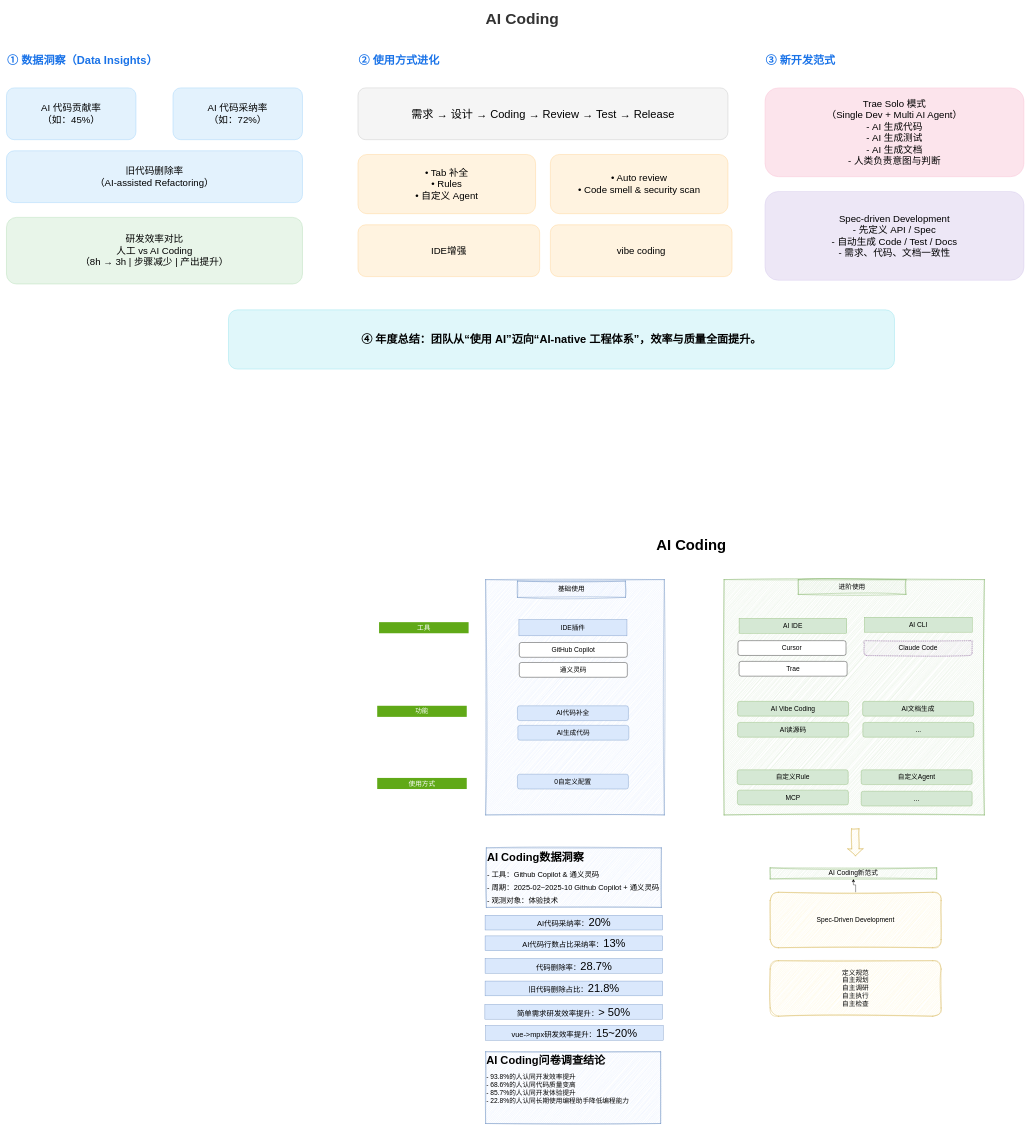
Before: AIcoding图.drawio in Zsynuting/diagram, a draw.io diagram. Source tidied: cells renumbered, new cells numbered last; positions are measured from the earlier drawing's top-left corner, leaving out a move shared by most shapes. Both pictures are drawn from the tidied source at 37%, with x=0, y=0 at pixel (6, 6).
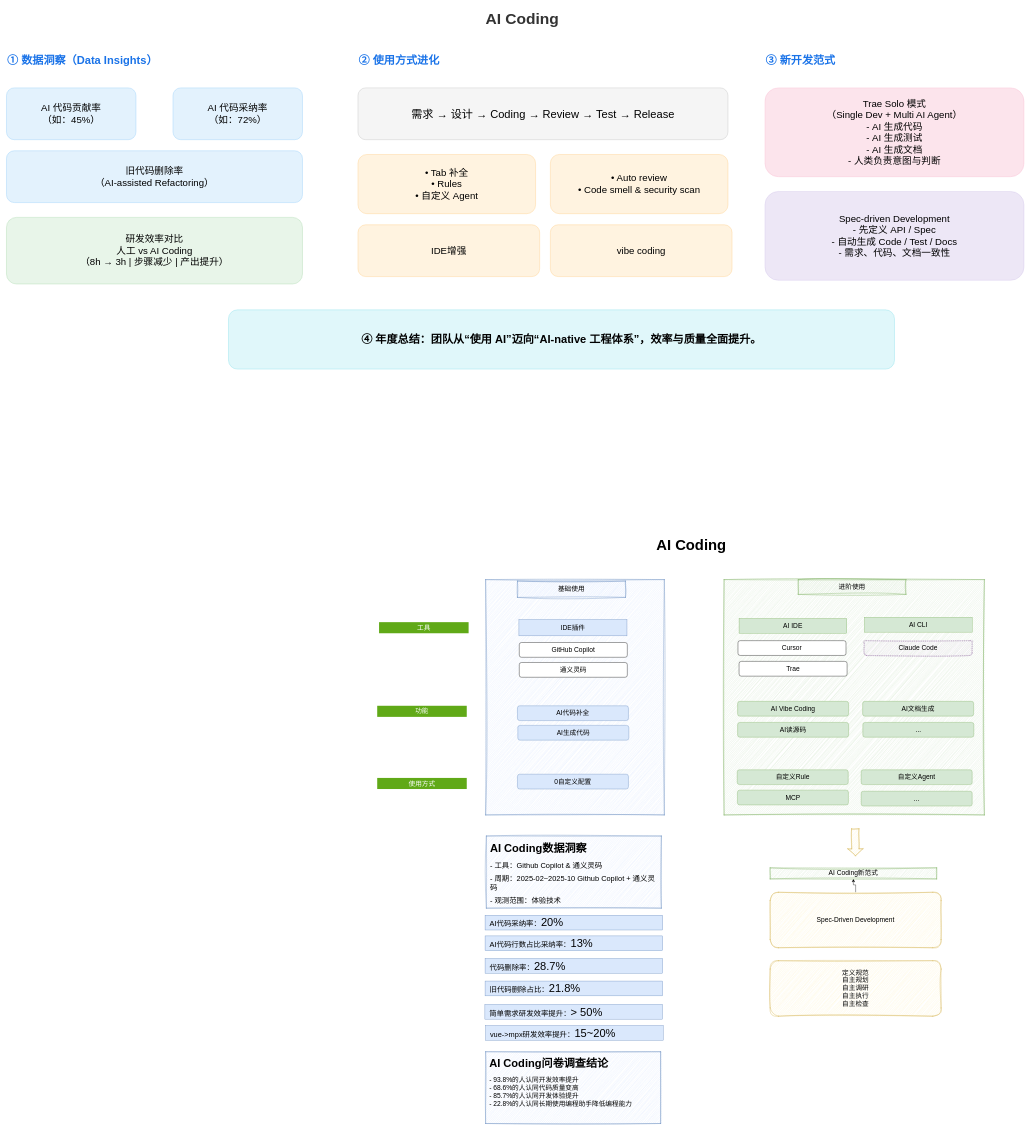
After the change.

The edit, as a diff of the source:
```diff
@@
-    <mxCell id="50" value="&lt;font style=&quot;font-size: 20px;&quot;&gt;AI代码采纳率：&lt;/font&gt;&lt;font style=&quot;font-size: 30px;&quot;&gt;20%&lt;/font&gt;" style="text;html=1;whiteSpace=wrap;strokeColor=#6c8ebf;fillColor=#dae8fc;align=center;verticalAlign=middle;rounded=0;" parent="1" vertex="1">
+    <mxCell id="50" value="&lt;font style=&quot;font-size: 20px;&quot;&gt;AI代码采纳率：&lt;/font&gt;&lt;font style=&quot;font-size: 30px;&quot;&gt;20%&lt;/font&gt;" style="text;html=1;whiteSpace=wrap;strokeColor=#6c8ebf;fillColor=#dae8fc;align=left;verticalAlign=middle;rounded=0;spacingLeft=10;" parent="1" vertex="1">
       <mxGeometry x="1293.5" y="2456" width="480" height="40" as="geometry" />
     </mxCell>
-    <mxCell id="51" value="&lt;font style=&quot;font-size: 20px;&quot;&gt;AI代码行数占比采纳率：&lt;/font&gt;&lt;font style=&quot;font-size: 30px;&quot;&gt;13%&lt;/font&gt;" style="text;html=1;whiteSpace=wrap;strokeColor=#6c8ebf;fillColor=#dae8fc;align=center;verticalAlign=middle;rounded=0;" parent="1" vertex="1">
+    <mxCell id="51" value="&lt;font style=&quot;font-size: 20px;&quot;&gt;AI代码行数占比采纳率：&lt;/font&gt;&lt;font style=&quot;font-size: 30px;&quot;&gt;13%&lt;/font&gt;" style="text;html=1;whiteSpace=wrap;strokeColor=#6c8ebf;fillColor=#dae8fc;align=left;verticalAlign=middle;rounded=0;spacingLeft=10;" parent="1" vertex="1">
       <mxGeometry x="1293.5" y="2512" width="480" height="40" as="geometry" />
     </mxCell>
-    <mxCell id="52" value="&lt;h1 style=&quot;margin-top: 0px;&quot;&gt;&lt;b style=&quot;font-size: 12px; text-align: center;&quot;&gt;&lt;font style=&quot;font-size: 30px;&quot;&gt;AI Coding数据洞察&lt;/font&gt;&lt;/b&gt;&lt;/h1&gt;&lt;p&gt;&lt;font style=&quot;font-size: 20px;&quot;&gt;- 工具：Github Copilot &amp;amp; 通义灵码&lt;/font&gt;&lt;/p&gt;&lt;p&gt;&lt;font style=&quot;font-size: 20px;&quot;&gt;- 周期：2025-02~2025-10&amp;nbsp;&lt;/font&gt;&lt;span style=&quot;font-size: 20px; background-color: transparent; color: light-dark(rgb(0, 0, 0), rgb(255, 255, 255));&quot;&gt;Github Copilot + 通义灵码&lt;/span&gt;&lt;/p&gt;&lt;p&gt;&lt;span style=&quot;font-size: 20px; background-color: transparent; color: light-dark(rgb(0, 0, 0), rgb(255, 255, 255));&quot;&gt;- 观测对象：体验技术&lt;/span&gt;&lt;/p&gt;" style="text;html=1;whiteSpace=wrap;overflow=hidden;rounded=0;sketch=1;curveFitting=1;jiggle=2;fillColor=#dae8fc;strokeColor=#6c8ebf;" parent="1" vertex="1">
-      <mxGeometry x="1297" y="2274" width="473" height="161" as="geometry" />
+    <mxCell id="52" value="&lt;h1 style=&quot;margin-top: 0px;&quot;&gt;&lt;b style=&quot;font-size: 12px; text-align: center;&quot;&gt;&lt;font style=&quot;font-size: 30px;&quot;&gt;AI Coding数据洞察&lt;/font&gt;&lt;/b&gt;&lt;/h1&gt;&lt;p&gt;&lt;font style=&quot;font-size: 20px;&quot;&gt;- 工具：Github Copilot &amp;amp; 通义灵码&lt;/font&gt;&lt;/p&gt;&lt;p&gt;&lt;font style=&quot;font-size: 20px;&quot;&gt;- 周期：2025-02~2025-10&amp;nbsp;&lt;/font&gt;&lt;span style=&quot;font-size: 20px; background-color: transparent; color: light-dark(rgb(0, 0, 0), rgb(255, 255, 255));&quot;&gt;Github Copilot + 通义灵码&lt;/span&gt;&lt;/p&gt;&lt;p&gt;&lt;span style=&quot;font-size: 20px; background-color: transparent; color: light-dark(rgb(0, 0, 0), rgb(255, 255, 255));&quot;&gt;- 观测范围：体验技术&lt;/span&gt;&lt;/p&gt;" style="text;html=1;whiteSpace=wrap;overflow=hidden;rounded=0;sketch=1;curveFitting=1;jiggle=2;fillColor=#dae8fc;strokeColor=#6c8ebf;spacing=10;" parent="1" vertex="1">
+      <mxGeometry x="1297" y="2242" width="473" height="195" as="geometry" />
     </mxCell>
-    <mxCell id="53" value="&lt;font style=&quot;font-size: 20px;&quot;&gt;代码删除率：&lt;/font&gt;&lt;font style=&quot;font-size: 30px;&quot;&gt;28.7%&lt;/font&gt;" style="text;html=1;whiteSpace=wrap;strokeColor=#6c8ebf;fillColor=#dae8fc;align=center;verticalAlign=middle;rounded=0;" parent="1" vertex="1">
+    <mxCell id="53" value="&lt;font style=&quot;font-size: 20px;&quot;&gt;代码删除率：&lt;/font&gt;&lt;font style=&quot;font-size: 30px;&quot;&gt;28.7%&lt;/font&gt;" style="text;html=1;whiteSpace=wrap;strokeColor=#6c8ebf;fillColor=#dae8fc;align=left;verticalAlign=middle;rounded=0;spacingLeft=10;" parent="1" vertex="1">
       <mxGeometry x="1293.5" y="2573" width="480" height="40" as="geometry" />
     </mxCell>
-    <mxCell id="54" value="&lt;font style=&quot;font-size: 20px;&quot;&gt;旧代码删除占比：&lt;/font&gt;&lt;font style=&quot;font-size: 30px;&quot;&gt;21.8%&lt;/font&gt;" style="text;html=1;whiteSpace=wrap;strokeColor=#6c8ebf;fillColor=#dae8fc;align=center;verticalAlign=middle;rounded=0;" parent="1" vertex="1">
+    <mxCell id="54" value="&lt;font style=&quot;font-size: 20px;&quot;&gt;旧代码删除占比：&lt;/font&gt;&lt;font style=&quot;font-size: 30px;&quot;&gt;21.8%&lt;/font&gt;" style="text;html=1;whiteSpace=wrap;strokeColor=#6c8ebf;fillColor=#dae8fc;align=left;verticalAlign=middle;rounded=0;spacingLeft=10;" parent="1" vertex="1">
       <mxGeometry x="1293.5" y="2634" width="480" height="40" as="geometry" />
     </mxCell>
-    <mxCell id="55" value="&lt;font style=&quot;font-size: 20px;&quot;&gt;vue-&amp;gt;mpx研发效率提升：&lt;/font&gt;&lt;font style=&quot;font-size: 30px;&quot;&gt;15~20%&lt;/font&gt;" style="text;html=1;whiteSpace=wrap;strokeColor=#6c8ebf;fillColor=#dae8fc;align=center;verticalAlign=middle;rounded=0;" parent="1" vertex="1">
+    <mxCell id="55" value="&lt;font style=&quot;font-size: 20px;&quot;&gt;vue-&amp;gt;mpx研发效率提升：&lt;/font&gt;&lt;font style=&quot;font-size: 30px;&quot;&gt;15~20%&lt;/font&gt;" style="text;html=1;whiteSpace=wrap;strokeColor=#6c8ebf;fillColor=#dae8fc;align=left;verticalAlign=middle;rounded=0;spacingLeft=10;" parent="1" vertex="1">
       <mxGeometry x="1295" y="2754" width="480" height="40" as="geometry" />
     </mxCell>
-    <mxCell id="56" value="&lt;h1 style=&quot;margin-top: 0px;&quot;&gt;&lt;b style=&quot;font-size: 12px; text-align: center;&quot;&gt;&lt;font style=&quot;font-size: 30px;&quot;&gt;AI Coding问卷调查结论&lt;/font&gt;&lt;/b&gt;&lt;/h1&gt;&lt;div&gt;&lt;font style=&quot;font-size: 18px;&quot;&gt;-&amp;nbsp;&lt;span style=&quot;background-color: transparent;&quot;&gt;93.8%的人认同开发效率提升&lt;/span&gt;&lt;/font&gt;&lt;/div&gt;&lt;div&gt;&lt;font style=&quot;font-size: 18px;&quot;&gt;&lt;span style=&quot;background-color: transparent;&quot;&gt;- 68.6%的人认同代码质量变高&lt;/span&gt;&lt;/font&gt;&lt;/div&gt;&lt;div&gt;&lt;font style=&quot;font-size: 18px;&quot;&gt;&lt;span style=&quot;background-color: transparent;&quot;&gt;- 85.7%的人认同开发体验提升&lt;/span&gt;&lt;/font&gt;&lt;/div&gt;&lt;div&gt;&lt;font style=&quot;font-size: 18px;&quot;&gt;&lt;span style=&quot;background-color: transparent;&quot;&gt;- 22.8%的人认同长期使用编程助手降低编程能力&lt;/span&gt;&lt;/font&gt;&lt;/div&gt;&lt;div&gt;&lt;span style=&quot;background-color: transparent; color: light-dark(rgb(0, 0, 0), rgb(255, 255, 255));&quot;&gt;&lt;br&gt;&lt;/span&gt;&lt;/div&gt;" style="text;html=1;whiteSpace=wrap;overflow=hidden;rounded=0;fillColor=#dae8fc;strokeColor=#6c8ebf;sketch=1;curveFitting=1;jiggle=2;" parent="1" vertex="1">
+    <mxCell id="56" value="&lt;h1 style=&quot;margin-top: 0px;&quot;&gt;&lt;b style=&quot;font-size: 12px; text-align: center;&quot;&gt;&lt;font style=&quot;font-size: 30px;&quot;&gt;AI Coding问卷调查结论&lt;/font&gt;&lt;/b&gt;&lt;/h1&gt;&lt;div&gt;&lt;font style=&quot;font-size: 18px;&quot;&gt;-&amp;nbsp;&lt;span style=&quot;background-color: transparent;&quot;&gt;93.8%的人认同开发效率提升&lt;/span&gt;&lt;/font&gt;&lt;/div&gt;&lt;div&gt;&lt;font style=&quot;font-size: 18px;&quot;&gt;&lt;span style=&quot;background-color: transparent;&quot;&gt;- 68.6%的人认同代码质量变高&lt;/span&gt;&lt;/font&gt;&lt;/div&gt;&lt;div&gt;&lt;font style=&quot;font-size: 18px;&quot;&gt;&lt;span style=&quot;background-color: transparent;&quot;&gt;- 85.7%的人认同开发体验提升&lt;/span&gt;&lt;/font&gt;&lt;/div&gt;&lt;div&gt;&lt;font style=&quot;font-size: 18px;&quot;&gt;&lt;span style=&quot;background-color: transparent;&quot;&gt;- 22.8%的人认同长期使用编程助手降低编程能力&lt;/span&gt;&lt;/font&gt;&lt;/div&gt;&lt;div&gt;&lt;span style=&quot;background-color: transparent; color: light-dark(rgb(0, 0, 0), rgb(255, 255, 255));&quot;&gt;&lt;br&gt;&lt;/span&gt;&lt;/div&gt;" style="text;html=1;whiteSpace=wrap;overflow=hidden;rounded=0;fillColor=#dae8fc;strokeColor=#6c8ebf;sketch=1;curveFitting=1;jiggle=2;spacing=10;" parent="1" vertex="1">
       <mxGeometry x="1295" y="2825" width="473" height="194" as="geometry" />
     </mxCell>
-    <mxCell id="57" value="&lt;font style=&quot;font-size: 20px;&quot;&gt;简单需求研发效率提升：&lt;/font&gt;&lt;font style=&quot;font-size: 30px;&quot;&gt;&amp;gt; 50%&lt;/font&gt;" style="text;html=1;whiteSpace=wrap;strokeColor=#6c8ebf;fillColor=#dae8fc;align=center;verticalAlign=middle;rounded=0;" parent="1" vertex="1">
+    <mxCell id="57" value="&lt;font style=&quot;font-size: 20px;&quot;&gt;简单需求研发效率提升：&lt;/font&gt;&lt;font style=&quot;font-size: 30px;&quot;&gt;&amp;gt; 50%&lt;/font&gt;" style="text;html=1;whiteSpace=wrap;strokeColor=#6c8ebf;fillColor=#dae8fc;align=left;verticalAlign=middle;rounded=0;spacingLeft=10;" parent="1" vertex="1">
       <mxGeometry x="1293" y="2697" width="480" height="40" as="geometry" />
     </mxCell>
```
